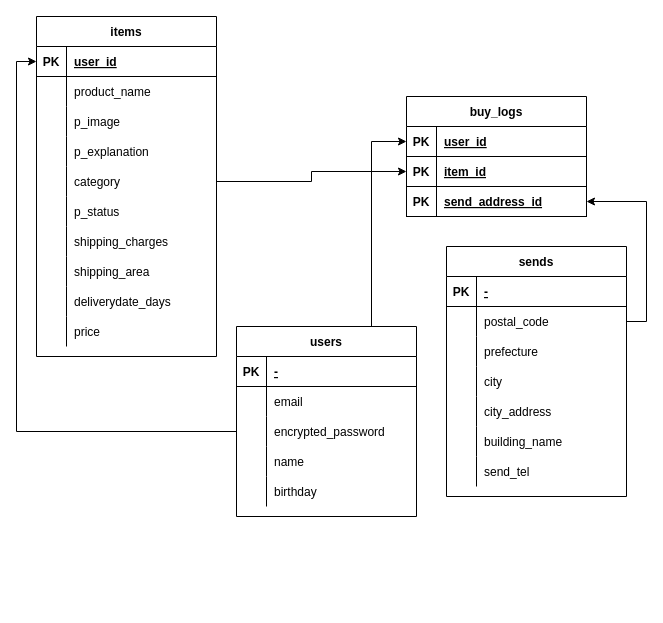
The draw.io diagram er_furima.dio in konishiakira/furima-36908, before the edit. Source tidied: cells renumbered, new cells numbered last; positions are measured from the earlier drawing's top-left corner, leaving out a move shared by most shapes. Both pictures are drawn from the tidied source at 100%, with x=0, y=0 at pixel (36, 16).
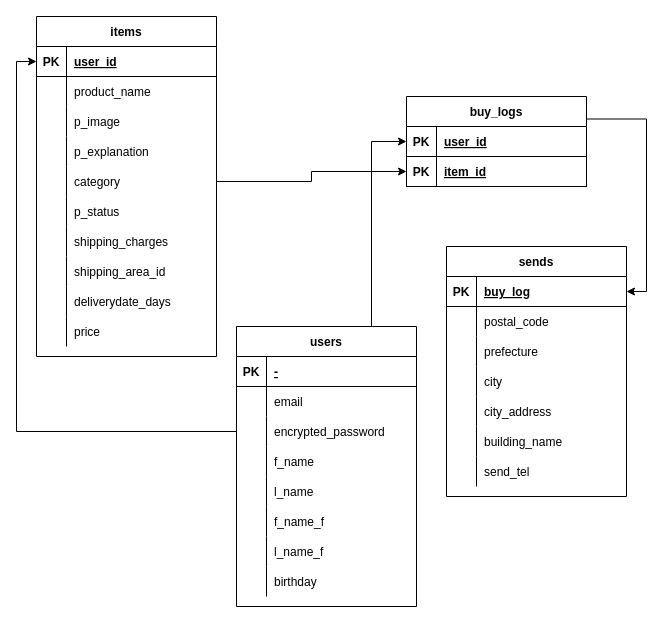
The same page after the edit.

Commit message (it also covers changes not shown here):
データベース修正（他）

The change refers to these unchanged cells:
```xml
<mxCell id="24" style="shape=partialRectangle;fillColor=none;top=0;left=0;bottom=0;right=0;" parent="2" vertex="1">
  <mxGeometry y="240" width="180" height="30" as="geometry" />
</mxCell>
<mxCell id="44" style="shape=partialRectangle;fillColor=none;top=0;left=0;bottom=1;right=0;points=[[0,0.5],[1,0.5]];portConstraint=eastwest;" parent="43" vertex="1">
  <mxGeometry y="30" width="180" height="30" as="geometry" />
</mxCell>
<mxCell id="47" style="shape=partialRectangle;fillColor=none;top=0;left=0;bottom=0;right=0;points=[[0,0.5],[1,0.5]];portConstraint=eastwest;" parent="43" vertex="1">
  <mxGeometry y="60" width="180" height="30" as="geometry" />
</mxCell>
<mxCell id="76" style="shape=partialRectangle;fillColor=none;top=0;left=0;bottom=0;right=0;" parent="66" vertex="1">
  <mxGeometry y="120" width="180" height="30" as="geometry" />
</mxCell>
```

What changed in the source:
```diff
@@
-    <mxCell id="26" value="shipping_area" style="shape=partialRectangle;fillColor=none;top=0;left=0;bottom=0;right=0;align=left;spacingLeft=6;overflow=hidden;" parent="24" vertex="1">
+    <mxCell id="26" value="shipping_area_id" style="shape=partialRectangle;fillColor=none;top=0;left=0;bottom=0;right=0;align=left;spacingLeft=6;overflow=hidden;" parent="24" vertex="1">
       <mxGeometry x="30" width="150" height="30" as="geometry" />
     </mxCell>
@@
+    <mxCell id="85" style="edgeStyle=orthogonalEdgeStyle;rounded=0;jettySize=auto;html=1;exitX=1;exitY=0.25;exitDx=0;exitDy=0;entryX=1;entryY=0.5;entryDx=0;entryDy=0;" parent="1" edge="1" source="33" target="44">
+      <mxGeometry relative="1" as="geometry" />
+    </mxCell>
     <mxCell id="33" value="buy_logs" style="shape=table;startSize=30;childLayout=tableLayout;rowLines=0;fontStyle=1;align=center;" parent="1" vertex="1">
-      <mxGeometry x="370" y="80" width="180" height="120" as="geometry" />
+      <mxGeometry x="370" y="80" width="180" height="90" as="geometry" />
     </mxCell>
@@
-    <mxCell id="40" style="shape=partialRectangle;fillColor=none;top=0;left=0;bottom=1;right=0;points=[[0,0.5],[1,0.5]];portConstraint=eastwest;" parent="33" vertex="1">
-      <mxGeometry y="90" width="180" height="30" as="geometry" />
-    </mxCell>
-    <mxCell id="41" value="PK" style="shape=partialRectangle;fillColor=none;top=0;left=0;bottom=0;right=0;fontStyle=1;overflow=hidden;" parent="40" vertex="1">
-      <mxGeometry width="30" height="30" as="geometry" />
-    </mxCell>
-    <mxCell id="42" value="send_address_id" style="shape=partialRectangle;fillColor=none;top=0;left=0;bottom=0;right=0;align=left;spacingLeft=6;fontStyle=5;overflow=hidden;" parent="40" vertex="1">
-      <mxGeometry x="30" width="150" height="30" as="geometry" />
-    </mxCell>
@@
-    <mxCell id="46" value="-" style="shape=partialRectangle;fillColor=none;top=0;left=0;bottom=0;right=0;align=left;spacingLeft=6;fontStyle=5;overflow=hidden;" parent="44" vertex="1">
+    <mxCell id="46" value="buy_log" style="shape=partialRectangle;fillColor=none;top=0;left=0;bottom=0;right=0;align=left;spacingLeft=6;fontStyle=5;overflow=hidden;" parent="44" vertex="1">
       <mxGeometry x="30" width="150" height="30" as="geometry" />
     </mxCell>
@@
     <mxCell id="66" value="users" style="shape=table;startSize=30;childLayout=tableLayout;rowLines=0;fontStyle=1;align=center;" parent="1" vertex="1">
-      <mxGeometry x="200" y="310" width="180" height="190" as="geometry" />
+      <mxGeometry x="200" y="310" width="180" height="280" as="geometry" />
     </mxCell>
@@
-    <mxCell id="78" value="name" style="shape=partialRectangle;fillColor=none;top=0;left=0;bottom=0;right=0;align=left;spacingLeft=6;overflow=hidden;" parent="76" vertex="1">
+    <mxCell id="78" value="f_name" style="shape=partialRectangle;fillColor=none;top=0;left=0;bottom=0;right=0;align=left;spacingLeft=6;overflow=hidden;" parent="76" vertex="1">
       <mxGeometry x="30" width="150" height="30" as="geometry" />
     </mxCell>
+    <mxCell id="86" style="shape=partialRectangle;fillColor=none;top=0;left=0;bottom=0;right=0;" parent="66" vertex="1">
+      <mxGeometry y="150" width="180" height="30" as="geometry" />
+    </mxCell>
+    <mxCell id="87" style="shape=partialRectangle;fillColor=none;top=0;left=0;bottom=0;right=0;overflow=hidden;" parent="86" vertex="1">
+      <mxGeometry width="30" height="30" as="geometry" />
+    </mxCell>
+    <mxCell id="88" value="l_name" style="shape=partialRectangle;fillColor=none;top=0;left=0;bottom=0;right=0;align=left;spacingLeft=6;overflow=hidden;" parent="86" vertex="1">
+      <mxGeometry x="30" width="150" height="30" as="geometry" />
+    </mxCell>
+    <mxCell id="89" style="shape=partialRectangle;fillColor=none;top=0;left=0;bottom=0;right=0;" parent="66" vertex="1">
+      <mxGeometry y="180" width="180" height="30" as="geometry" />
+    </mxCell>
+    <mxCell id="90" style="shape=partialRectangle;fillColor=none;top=0;left=0;bottom=0;right=0;overflow=hidden;" parent="89" vertex="1">
+      <mxGeometry width="30" height="30" as="geometry" />
+    </mxCell>
+    <mxCell id="91" value="f_name_f" style="shape=partialRectangle;fillColor=none;top=0;left=0;bottom=0;right=0;align=left;spacingLeft=6;overflow=hidden;" parent="89" vertex="1">
+      <mxGeometry x="30" width="150" height="30" as="geometry" />
+    </mxCell>
+    <mxCell id="92" style="shape=partialRectangle;fillColor=none;top=0;left=0;bottom=0;right=0;" parent="66" vertex="1">
+      <mxGeometry y="210" width="180" height="30" as="geometry" />
+    </mxCell>
+    <mxCell id="93" style="shape=partialRectangle;fillColor=none;top=0;left=0;bottom=0;right=0;overflow=hidden;" parent="92" vertex="1">
+      <mxGeometry width="30" height="30" as="geometry" />
+    </mxCell>
+    <mxCell id="94" value="l_name_f" style="shape=partialRectangle;fillColor=none;top=0;left=0;bottom=0;right=0;align=left;spacingLeft=6;overflow=hidden;" parent="92" vertex="1">
+      <mxGeometry x="30" width="150" height="30" as="geometry" />
+    </mxCell>
     <mxCell id="79" style="shape=partialRectangle;fillColor=none;top=0;left=0;bottom=0;right=0;" parent="66" vertex="1">
-      <mxGeometry y="150" width="180" height="30" as="geometry" />
+      <mxGeometry y="240" width="180" height="30" as="geometry" />
     </mxCell>
@@
-    <mxCell id="83" style="edgeStyle=orthogonalEdgeStyle;rounded=0;jettySize=auto;html=1;exitX=1;exitY=0.5;exitDx=0;exitDy=0;entryX=1;entryY=0.5;entryDx=0;entryDy=0;" parent="1" edge="1" source="47" target="40">
+    <mxCell id="83" style="edgeStyle=orthogonalEdgeStyle;rounded=0;jettySize=auto;html=1;exitX=1;exitY=0.5;exitDx=0;exitDy=0;entryX=1;entryY=0.5;entryDx=0;entryDy=0;" parent="1" edge="1" source="47">
       <mxGeometry relative="1" as="geometry" />
     </mxCell>
```
